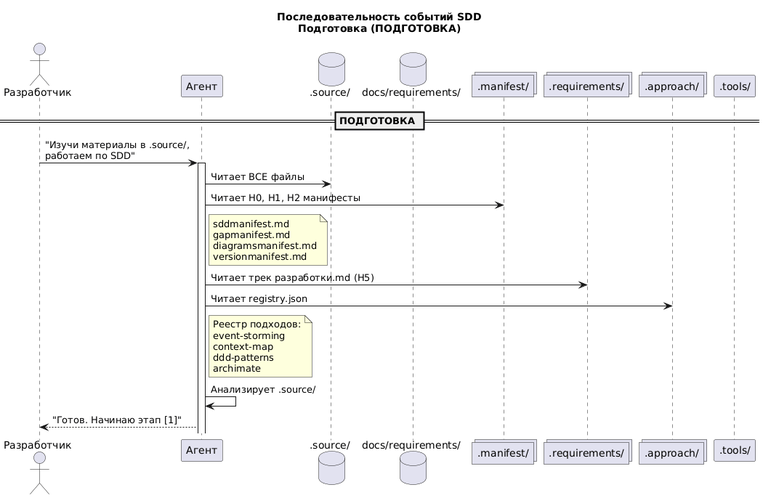
This is .diagrams/SDD-Sequence-01.png from Druk83/sdd-template, a PlantUML export, as it was before one commit.
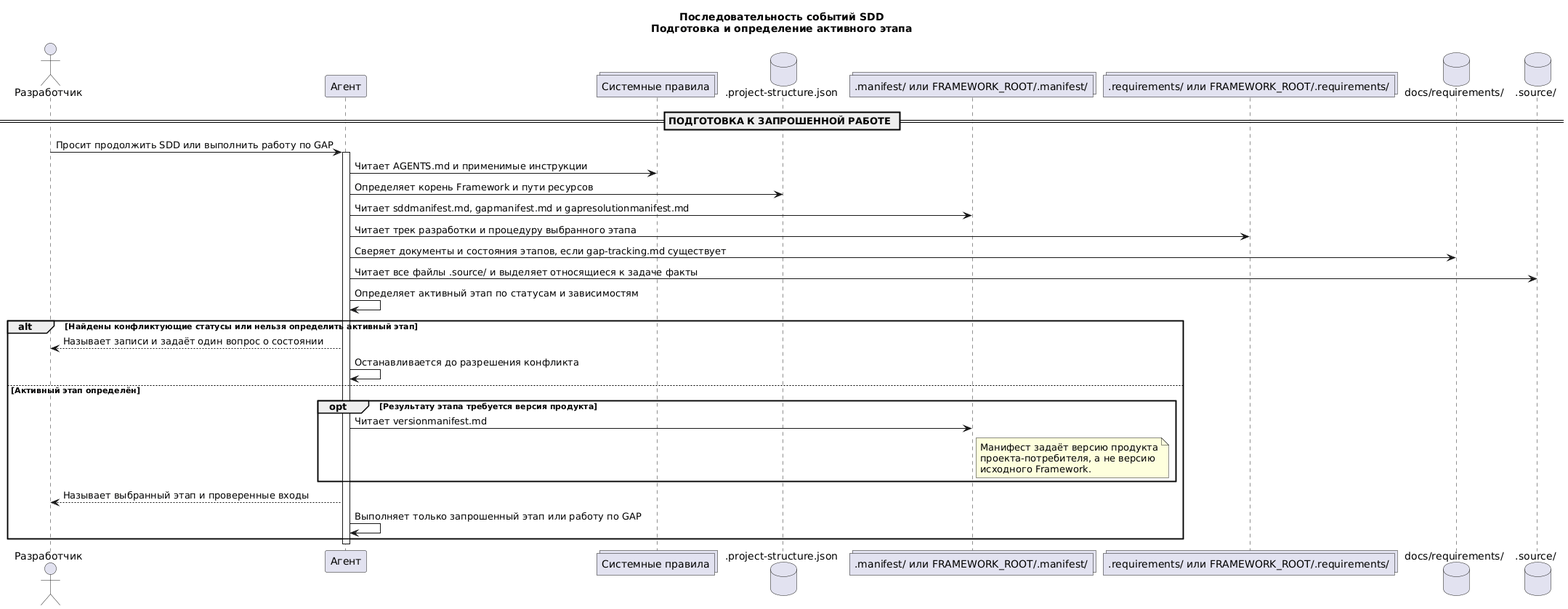
After the commit.

The edit, as a diff of the source:
```diff
@@ -1,40 +1,42 @@
 @startuml SDD-Sequence-01-Preparation
-    title Последовательность событий SDD\nПодготовка (ПОДГОТОВКА)
+    title Последовательность событий SDD\nПодготовка и определение активного этапа
 
     actor "Разработчик" as Dev
     participant "Агент" as Agent
+    collections "Системные правила" as Rules
+    database ".project-structure.json" as Structure
+    collections ".manifest/ или FRAMEWORK_ROOT/.manifest/" as Manifest
+    collections ".requirements/ или FRAMEWORK_ROOT/.requirements/" as Templates
+    database "docs/requirements/" as Docs
     database ".source/" as Source
-    database "docs/requirements/" as Docs
-    collections ".manifest/" as Manifest
-    collections ".requirements/" as Templates
-    collections ".approach/" as Approach
-    participant ".tools/" as Tools
 
-    == ПОДГОТОВКА ==
+    == ПОДГОТОВКА К ЗАПРОШЕННОЙ РАБОТЕ ==
 
-    Dev -> Agent: "Изучи материалы в .source/,\nработаем по SDD"
+    Dev -> Agent: Просит продолжить SDD или выполнить работу по GAP
     activate Agent
+    Agent -> Rules: Читает AGENTS.md и применимые инструкции
+    Agent -> Structure: Определяет корень Framework и пути ресурсов
+    Agent -> Manifest: Читает sddmanifest.md, gapmanifest.md и gapresolutionmanifest.md
+    Agent -> Templates: Читает трек разработки и процедуру выбранного этапа
+    Agent -> Docs: Сверяет документы и состояния этапов, если gap-tracking.md существует
+    Agent -> Source: Читает все файлы .source/ и выделяет относящиеся к задаче факты
+    Agent -> Agent: Определяет активный этап по статусам и зависимостям
 
-    Agent -> Source: Читает ВСЕ файлы
-    Agent -> Manifest: Читает H0, H1, H2 манифесты
-    note right of Agent
-    sddmanifest.md
-    gapmanifest.md
-    diagramsmanifest.md
-    versionmanifest.md
-    end note
-    Agent -> Templates: Читает трек разработки.md (H5)
-    Agent -> Approach: Читает registry.json
-    note right of Agent
-    Реестр подходов:
-    event-storming
-    context-map
-    ddd-patterns
-    archimate
-    end note
-    Agent -> Agent: Анализирует .source/
-    Agent --> Dev: "Готов. Начинаю этап [1]"
+    alt Найдены конфликтующие статусы или нельзя определить активный этап
+        Agent --> Dev: Называет записи и задаёт один вопрос о состоянии
+        Agent -> Agent: Останавливается до разрешения конфликта
+    else Активный этап определён
+        opt Результату этапа требуется версия продукта
+            Agent -> Manifest: Читает versionmanifest.md
+            note right of Manifest
+            Манифест задаёт версию продукта
+            проекта-потребителя, а не версию
+            исходного Framework.
+            end note
+        end
+        Agent --> Dev: Называет выбранный этап и проверенные входы
+        Agent -> Agent: Выполняет только запрошенный этап или работу по GAP
+    end
 
-
-
+    deactivate Agent
 @enduml
```
